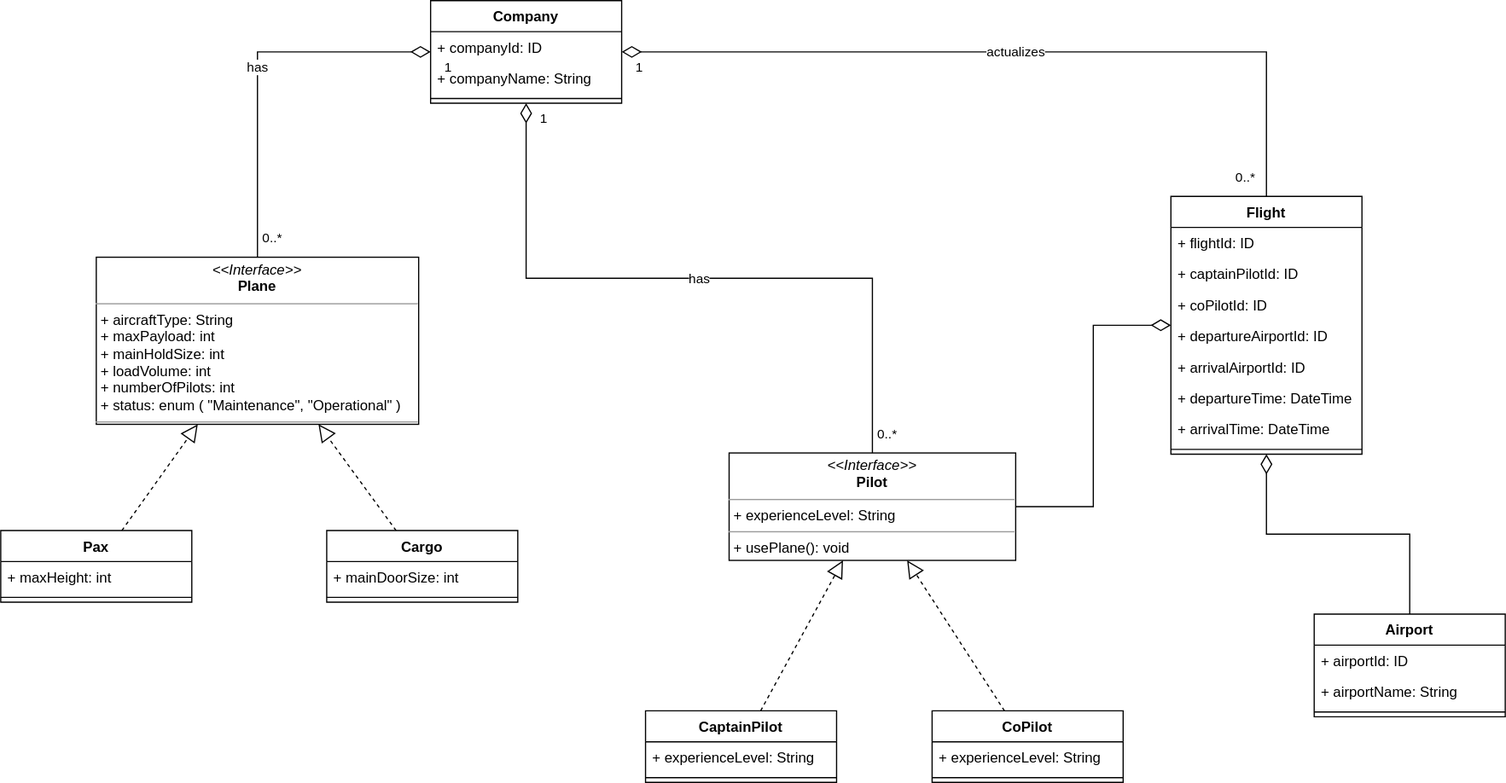
Above: UcusYonetimSistemi/images/UcusYonetimSistemi.svg in halilerkandev/patika-object-oriented-programming (draw.io), before the change. Source tidied: cells renumbered, new cells last; positions are measured from the earlier drawing's top-left corner, leaving out a move shared by most shapes. Its diagram source:
```xml
<mxGraphModel>
  <root>
    <mxCell id="0" />
    <mxCell id="1" parent="0" />
    <mxCell id="2" value="Airport" style="swimlane;fontStyle=1;align=center;verticalAlign=top;horizontal=1;startSize=26;" parent="1" vertex="1">
      <mxGeometry x="1100" y="514" width="160" height="86" as="geometry" />
    </mxCell>
    <mxCell id="3" value="+ airportId: ID" style="text;strokeColor=none;fillColor=none;align=left;verticalAlign=top;spacingLeft=4;spacingRight=4;overflow=hidden;" parent="2" vertex="1">
      <mxGeometry y="26" width="160" height="26" as="geometry" />
    </mxCell>
    <mxCell id="4" value="+ airportName: String" style="text;strokeColor=none;fillColor=none;align=left;verticalAlign=top;spacingLeft=4;spacingRight=4;overflow=hidden;" parent="2" vertex="1">
      <mxGeometry y="52" width="160" height="26" as="geometry" />
    </mxCell>
    <mxCell id="5" style="line;strokeWidth=1;fillColor=none;align=left;verticalAlign=middle;spacingTop=-1;spacingLeft=3;spacingRight=3;labelPosition=right;" parent="2" vertex="1">
      <mxGeometry y="78" width="160" height="8" as="geometry" />
    </mxCell>
    <mxCell id="6" value="Company" style="swimlane;fontStyle=1;align=center;verticalAlign=top;horizontal=1;startSize=26;" parent="1" vertex="1">
      <mxGeometry x="360" width="160" height="86" as="geometry" />
    </mxCell>
    <mxCell id="7" value="+ companyId: ID" style="text;strokeColor=none;fillColor=none;align=left;verticalAlign=top;spacingLeft=4;spacingRight=4;overflow=hidden;" parent="6" vertex="1">
      <mxGeometry y="26" width="160" height="26" as="geometry" />
    </mxCell>
    <mxCell id="8" value="+ companyName: String" style="text;strokeColor=none;fillColor=none;align=left;verticalAlign=top;spacingLeft=4;spacingRight=4;overflow=hidden;" parent="6" vertex="1">
      <mxGeometry y="52" width="160" height="26" as="geometry" />
    </mxCell>
    <mxCell id="9" style="line;strokeWidth=1;fillColor=none;align=left;verticalAlign=middle;spacingTop=-1;spacingLeft=3;spacingRight=3;labelPosition=right;" parent="6" vertex="1">
      <mxGeometry y="78" width="160" height="8" as="geometry" />
    </mxCell>
    <mxCell id="10" value="Flight" style="swimlane;fontStyle=1;align=center;verticalAlign=top;horizontal=1;startSize=26;" parent="1" vertex="1">
      <mxGeometry x="980" y="164" width="160" height="216" as="geometry" />
    </mxCell>
    <mxCell id="11" value="+ flightId: ID" style="text;strokeColor=none;fillColor=none;align=left;verticalAlign=top;spacingLeft=4;spacingRight=4;overflow=hidden;" parent="10" vertex="1">
      <mxGeometry y="26" width="160" height="26" as="geometry" />
    </mxCell>
    <mxCell id="12" value="+ captainPilotId: ID" style="text;strokeColor=none;fillColor=none;align=left;verticalAlign=top;spacingLeft=4;spacingRight=4;overflow=hidden;" parent="10" vertex="1">
      <mxGeometry y="52" width="160" height="26" as="geometry" />
    </mxCell>
    <mxCell id="13" value="+ coPilotId: ID" style="text;strokeColor=none;fillColor=none;align=left;verticalAlign=top;spacingLeft=4;spacingRight=4;overflow=hidden;" parent="10" vertex="1">
      <mxGeometry y="78" width="160" height="26" as="geometry" />
    </mxCell>
    <mxCell id="14" value="+ departureAirportId: ID" style="text;strokeColor=none;fillColor=none;align=left;verticalAlign=top;spacingLeft=4;spacingRight=4;overflow=hidden;" parent="10" vertex="1">
      <mxGeometry y="104" width="160" height="26" as="geometry" />
    </mxCell>
    <mxCell id="15" value="+ arrivalAirportId: ID" style="text;strokeColor=none;fillColor=none;align=left;verticalAlign=top;spacingLeft=4;spacingRight=4;overflow=hidden;" parent="10" vertex="1">
      <mxGeometry y="130" width="160" height="26" as="geometry" />
    </mxCell>
    <mxCell id="16" value="+ departureTime: DateTime" style="text;strokeColor=none;fillColor=none;align=left;verticalAlign=top;spacingLeft=4;spacingRight=4;overflow=hidden;" parent="10" vertex="1">
      <mxGeometry y="156" width="160" height="26" as="geometry" />
    </mxCell>
    <mxCell id="17" value="+ arrivalTime: DateTime" style="text;strokeColor=none;fillColor=none;align=left;verticalAlign=top;spacingLeft=4;spacingRight=4;overflow=hidden;" parent="10" vertex="1">
      <mxGeometry y="182" width="160" height="26" as="geometry" />
    </mxCell>
    <mxCell id="18" style="line;strokeWidth=1;fillColor=none;align=left;verticalAlign=middle;spacingTop=-1;spacingLeft=3;spacingRight=3;labelPosition=right;" parent="10" vertex="1">
      <mxGeometry y="208" width="160" height="8" as="geometry" />
    </mxCell>
    <mxCell id="19" value="CaptainPilot" style="swimlane;fontStyle=1;align=center;verticalAlign=top;horizontal=1;startSize=26;" parent="1" vertex="1">
      <mxGeometry x="540" y="595" width="160" height="60" as="geometry" />
    </mxCell>
    <mxCell id="20" value="+ experienceLevel: String" style="text;strokeColor=none;fillColor=none;align=left;verticalAlign=top;spacingLeft=4;spacingRight=4;overflow=hidden;" parent="19" vertex="1">
      <mxGeometry y="26" width="160" height="26" as="geometry" />
    </mxCell>
    <mxCell id="21" style="line;strokeWidth=1;fillColor=none;align=left;verticalAlign=middle;spacingTop=-1;spacingLeft=3;spacingRight=3;labelPosition=right;" parent="19" vertex="1">
      <mxGeometry y="52" width="160" height="8" as="geometry" />
    </mxCell>
    <mxCell id="22" value="actualizes" style="endArrow=none;html=1;endSize=12;startArrow=diamondThin;startSize=14;startFill=0;edgeStyle=orthogonalEdgeStyle;rounded=0;endFill=0;" parent="1" edge="1" source="6" target="10">
      <mxGeometry relative="1" as="geometry" />
    </mxCell>
    <mxCell id="23" value="1" style="edgeLabel;html=1;align=left;verticalAlign=top;" parent="22" vertex="1">
      <mxGeometry x="-1" relative="1" as="geometry">
        <mxPoint x="10" as="offset" />
      </mxGeometry>
    </mxCell>
    <mxCell id="24" value="0..*" style="edgeLabel;html=1;align=right;verticalAlign=top;" parent="22" vertex="1">
      <mxGeometry x="1" relative="1" as="geometry">
        <mxPoint x="-10" y="-30" as="offset" />
      </mxGeometry>
    </mxCell>
    <mxCell id="25" value="&lt;p style=&quot;margin: 0px ; margin-top: 4px ; text-align: center&quot;&gt;&lt;i&gt;&amp;lt;&amp;lt;Interface&amp;gt;&amp;gt;&lt;/i&gt;&lt;br&gt;&lt;b&gt;Plane&lt;/b&gt;&lt;/p&gt;&lt;hr size=&quot;1&quot;&gt;&lt;p style=&quot;margin: 0px ; margin-left: 4px&quot;&gt;+ aircraftType: String&lt;/p&gt;&lt;p style=&quot;margin: 0px ; margin-left: 4px&quot;&gt;+ maxPayload: int&lt;br&gt;+ mainHoldSize: int&lt;/p&gt;&lt;p style=&quot;margin: 0px ; margin-left: 4px&quot;&gt;+ loadVolume: int&lt;/p&gt;&lt;p style=&quot;margin: 0px ; margin-left: 4px&quot;&gt;+ numberOfPilots: int&lt;/p&gt;&lt;p style=&quot;margin: 0px ; margin-left: 4px&quot;&gt;+ status: enum ( &quot;Maintenance&quot;, &quot;Operational&quot; )&lt;/p&gt;&lt;hr size=&quot;1&quot;&gt;&lt;p style=&quot;margin: 0px ; margin-left: 4px&quot;&gt;&lt;br&gt;&lt;/p&gt;" style="verticalAlign=top;align=left;overflow=fill;fontSize=12;fontFamily=Helvetica;html=1;" parent="1" vertex="1">
      <mxGeometry x="80" y="215" width="270" height="140" as="geometry" />
    </mxCell>
    <mxCell id="26" style="endArrow=block;dashed=1;endFill=0;endSize=12;html=1;rounded=0;" parent="1" edge="1" source="31" target="25">
      <mxGeometry relative="1" as="geometry" />
    </mxCell>
    <mxCell id="27" style="endArrow=block;dashed=1;endFill=0;endSize=12;html=1;rounded=0;" parent="1" edge="1" source="34" target="25">
      <mxGeometry relative="1" as="geometry" />
    </mxCell>
    <mxCell id="28" value="has" style="endArrow=none;html=1;endSize=12;startArrow=diamondThin;startSize=14;startFill=0;edgeStyle=orthogonalEdgeStyle;rounded=0;endFill=0;" parent="1" edge="1" source="6" target="25">
      <mxGeometry relative="1" as="geometry" />
    </mxCell>
    <mxCell id="29" value="1" style="edgeLabel;html=1;align=left;verticalAlign=top;" parent="28" vertex="1">
      <mxGeometry x="-1" relative="1" as="geometry">
        <mxPoint x="10" as="offset" />
      </mxGeometry>
    </mxCell>
    <mxCell id="30" value="0..*" style="edgeLabel;html=1;align=right;verticalAlign=top;" parent="28" vertex="1">
      <mxGeometry x="1" relative="1" as="geometry">
        <mxPoint x="20" y="-30" as="offset" />
      </mxGeometry>
    </mxCell>
    <mxCell id="31" value="Pax" style="swimlane;fontStyle=1;align=center;verticalAlign=top;horizontal=1;startSize=26;" parent="1" vertex="1">
      <mxGeometry y="444" width="160" height="60" as="geometry" />
    </mxCell>
    <mxCell id="32" value="+ maxHeight: int" style="text;strokeColor=none;fillColor=none;align=left;verticalAlign=top;spacingLeft=4;spacingRight=4;overflow=hidden;" parent="31" vertex="1">
      <mxGeometry y="26" width="160" height="26" as="geometry" />
    </mxCell>
    <mxCell id="33" style="line;strokeWidth=1;fillColor=none;align=left;verticalAlign=middle;spacingTop=-1;spacingLeft=3;spacingRight=3;labelPosition=right;" parent="31" vertex="1">
      <mxGeometry y="52" width="160" height="8" as="geometry" />
    </mxCell>
    <mxCell id="34" value="Cargo" style="swimlane;fontStyle=1;align=center;verticalAlign=top;horizontal=1;startSize=26;" parent="1" vertex="1">
      <mxGeometry x="273" y="444" width="160" height="60" as="geometry" />
    </mxCell>
    <mxCell id="35" value="+ mainDoorSize: int" style="text;strokeColor=none;fillColor=none;align=left;verticalAlign=top;spacingLeft=4;spacingRight=4;overflow=hidden;" parent="34" vertex="1">
      <mxGeometry y="26" width="160" height="26" as="geometry" />
    </mxCell>
    <mxCell id="36" style="line;strokeWidth=1;fillColor=none;align=left;verticalAlign=middle;spacingTop=-1;spacingLeft=3;spacingRight=3;labelPosition=right;" parent="34" vertex="1">
      <mxGeometry y="52" width="160" height="8" as="geometry" />
    </mxCell>
    <mxCell id="37" value="&lt;p style=&quot;margin: 0px ; margin-top: 4px ; text-align: center&quot;&gt;&lt;i&gt;&amp;lt;&amp;lt;Interface&amp;gt;&amp;gt;&lt;/i&gt;&lt;br&gt;&lt;b&gt;Pilot&lt;/b&gt;&lt;/p&gt;&lt;hr size=&quot;1&quot;&gt;&lt;p style=&quot;margin: 0px ; margin-left: 4px&quot;&gt;+ experienceLevel: String&lt;br&gt;&lt;/p&gt;&lt;hr size=&quot;1&quot;&gt;&lt;p style=&quot;margin: 0px ; margin-left: 4px&quot;&gt;+ usePlane(): void&lt;/p&gt;" style="verticalAlign=top;align=left;overflow=fill;fontSize=12;fontFamily=Helvetica;html=1;" parent="1" vertex="1">
      <mxGeometry x="610" y="379" width="240" height="90" as="geometry" />
    </mxCell>
    <mxCell id="38" value="CoPilot" style="swimlane;fontStyle=1;align=center;verticalAlign=top;horizontal=1;startSize=26;" parent="1" vertex="1">
      <mxGeometry x="780" y="595" width="160" height="60" as="geometry" />
    </mxCell>
    <mxCell id="39" value="+ experienceLevel: String" style="text;strokeColor=none;fillColor=none;align=left;verticalAlign=top;spacingLeft=4;spacingRight=4;overflow=hidden;" parent="38" vertex="1">
      <mxGeometry y="26" width="160" height="26" as="geometry" />
    </mxCell>
    <mxCell id="40" style="line;strokeWidth=1;fillColor=none;align=left;verticalAlign=middle;spacingTop=-1;spacingLeft=3;spacingRight=3;labelPosition=right;" parent="38" vertex="1">
      <mxGeometry y="52" width="160" height="8" as="geometry" />
    </mxCell>
    <mxCell id="41" style="endArrow=block;dashed=1;endFill=0;endSize=12;html=1;rounded=0;" parent="1" edge="1" source="19" target="37">
      <mxGeometry relative="1" as="geometry" />
    </mxCell>
    <mxCell id="42" style="endArrow=block;dashed=1;endFill=0;endSize=12;html=1;rounded=0;" parent="1" edge="1" source="38" target="37">
      <mxGeometry relative="1" as="geometry" />
    </mxCell>
    <mxCell id="43" value="has" style="endArrow=none;html=1;endSize=12;startArrow=diamondThin;startSize=14;startFill=0;edgeStyle=orthogonalEdgeStyle;rounded=0;endFill=0;exitX=0.5;exitY=1;exitDx=0;exitDy=0;" parent="1" edge="1" source="6" target="37">
      <mxGeometry relative="1" as="geometry" />
    </mxCell>
    <mxCell id="44" value="1" style="edgeLabel;html=1;align=left;verticalAlign=top;" parent="43" vertex="1">
      <mxGeometry x="-1" relative="1" as="geometry">
        <mxPoint x="10" as="offset" />
      </mxGeometry>
    </mxCell>
    <mxCell id="45" value="0..*" style="edgeLabel;html=1;align=right;verticalAlign=top;" parent="43" vertex="1">
      <mxGeometry x="1" relative="1" as="geometry">
        <mxPoint x="20" y="-30" as="offset" />
      </mxGeometry>
    </mxCell>
    <mxCell id="46" style="endArrow=none;html=1;endSize=12;startArrow=diamondThin;startSize=14;startFill=0;edgeStyle=orthogonalEdgeStyle;rounded=0;endFill=0;" parent="1" edge="1" source="10" target="37">
      <mxGeometry relative="1" as="geometry" />
    </mxCell>
    <mxCell id="47" style="endArrow=none;html=1;endSize=12;startArrow=diamondThin;startSize=14;startFill=0;edgeStyle=orthogonalEdgeStyle;rounded=0;endFill=0;" parent="1" edge="1" source="10" target="2">
      <mxGeometry relative="1" as="geometry" />
    </mxCell>
  </root>
</mxGraphModel>
```
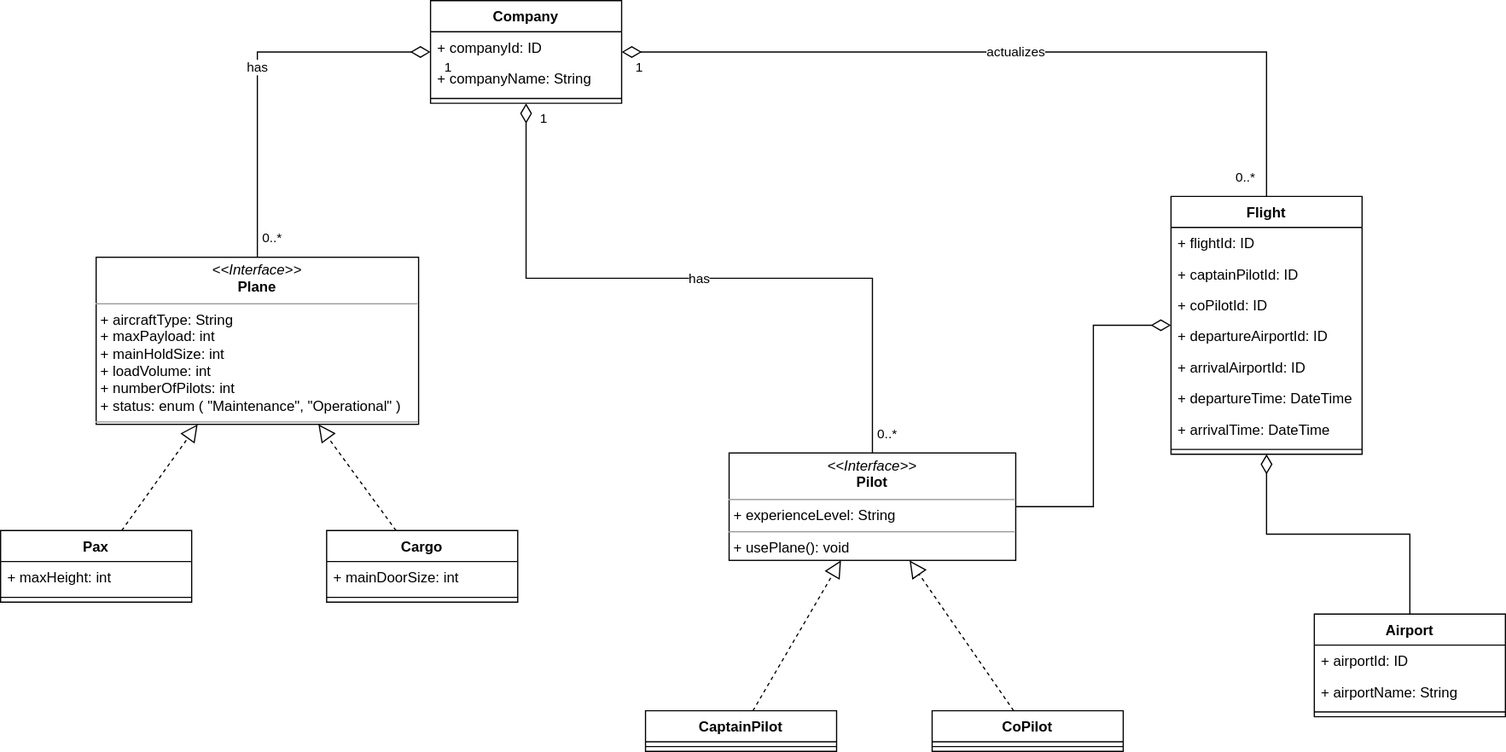
Later version of the same file.

Commit message:
removed some attributes are duplicated

Change to the diagram source:
```diff
@@ -54,13 +54,10 @@
       <mxGeometry y="208" width="160" height="8" as="geometry" />
     </mxCell>
     <mxCell id="19" value="CaptainPilot" style="swimlane;fontStyle=1;align=center;verticalAlign=top;horizontal=1;startSize=26;" parent="1" vertex="1">
-      <mxGeometry x="540" y="595" width="160" height="60" as="geometry" />
+      <mxGeometry x="540" y="595" width="160" height="34" as="geometry" />
     </mxCell>
-    <mxCell id="20" value="+ experienceLevel: String" style="text;strokeColor=none;fillColor=none;align=left;verticalAlign=top;spacingLeft=4;spacingRight=4;overflow=hidden;" parent="19" vertex="1">
-      <mxGeometry y="26" width="160" height="26" as="geometry" />
-    </mxCell>
     <mxCell id="21" style="line;strokeWidth=1;fillColor=none;align=left;verticalAlign=middle;spacingTop=-1;spacingLeft=3;spacingRight=3;labelPosition=right;" parent="19" vertex="1">
-      <mxGeometry y="52" width="160" height="8" as="geometry" />
+      <mxGeometry y="26" width="160" height="8" as="geometry" />
     </mxCell>
     <mxCell id="22" value="actualizes" style="endArrow=none;html=1;endSize=12;startArrow=diamondThin;startSize=14;startFill=0;edgeStyle=orthogonalEdgeStyle;rounded=0;endFill=0;" parent="1" edge="1" source="6" target="10">
       <mxGeometry relative="1" as="geometry" />
@@ -119,13 +116,10 @@
       <mxGeometry x="610" y="379" width="240" height="90" as="geometry" />
     </mxCell>
     <mxCell id="38" value="CoPilot" style="swimlane;fontStyle=1;align=center;verticalAlign=top;horizontal=1;startSize=26;" parent="1" vertex="1">
-      <mxGeometry x="780" y="595" width="160" height="60" as="geometry" />
+      <mxGeometry x="780" y="595" width="160" height="34" as="geometry" />
     </mxCell>
-    <mxCell id="39" value="+ experienceLevel: String" style="text;strokeColor=none;fillColor=none;align=left;verticalAlign=top;spacingLeft=4;spacingRight=4;overflow=hidden;" parent="38" vertex="1">
-      <mxGeometry y="26" width="160" height="26" as="geometry" />
-    </mxCell>
     <mxCell id="40" style="line;strokeWidth=1;fillColor=none;align=left;verticalAlign=middle;spacingTop=-1;spacingLeft=3;spacingRight=3;labelPosition=right;" parent="38" vertex="1">
-      <mxGeometry y="52" width="160" height="8" as="geometry" />
+      <mxGeometry y="26" width="160" height="8" as="geometry" />
     </mxCell>
     <mxCell id="41" style="endArrow=block;dashed=1;endFill=0;endSize=12;html=1;rounded=0;" parent="1" edge="1" source="19" target="37">
       <mxGeometry relative="1" as="geometry" />
```
